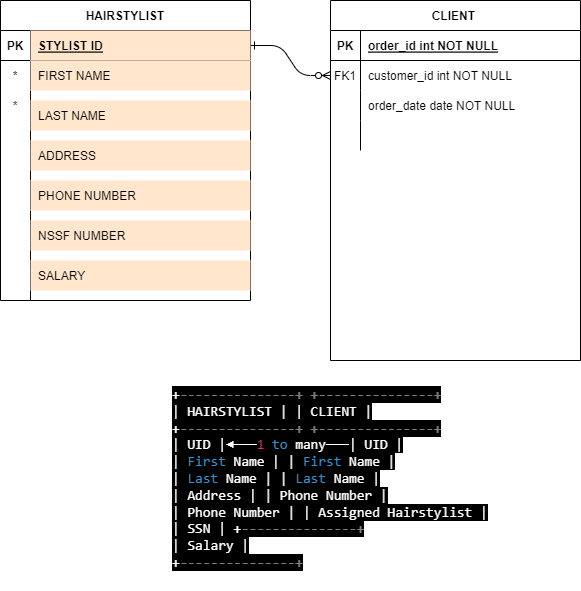
ianluds/database-class- keeps this draw.io diagram as quize one.drawio.png. Above is the earlier version. Source tidied: cells renumbered, new cells last; positions are measured from the earlier drawing's top-left corner, leaving out a move shared by most shapes.
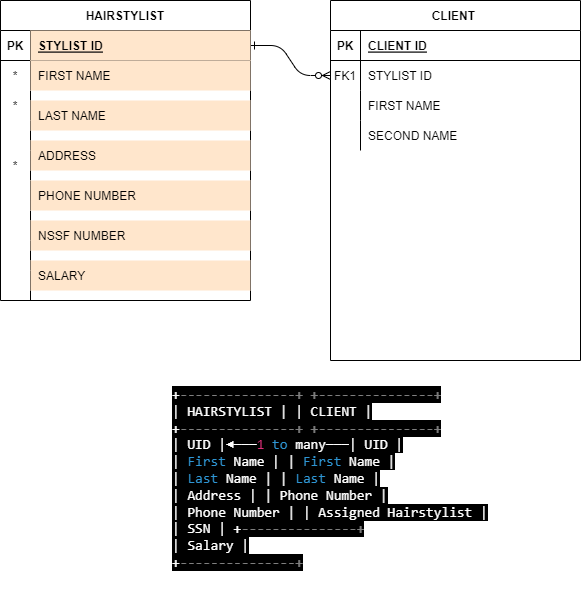
Above is the later version.

Change to the diagram source:
```diff
@@ -14,7 +14,7 @@
     <mxCell id="5" value="PK" style="shape=partialRectangle;overflow=hidden;fillColor=none;top=0;left=0;bottom=0;right=0;fontStyle=1;" parent="4" vertex="1">
       <mxGeometry width="30" height="30" as="geometry" />
     </mxCell>
-    <mxCell id="6" value="order_id int NOT NULL " style="shape=partialRectangle;overflow=hidden;fillColor=none;top=0;left=0;bottom=0;right=0;align=left;spacingLeft=6;fontStyle=5;" parent="4" vertex="1">
+    <mxCell id="6" value="CLIENT ID" style="shape=partialRectangle;overflow=hidden;fillColor=none;top=0;left=0;bottom=0;right=0;align=left;spacingLeft=6;fontStyle=5;" parent="4" vertex="1">
       <mxGeometry x="30" width="220" height="30" as="geometry" />
     </mxCell>
     <mxCell id="7" style="shape=partialRectangle;fillColor=none;points=[[0,0.5],[1,0.5]];portConstraint=eastwest;top=0;left=0;right=0;bottom=0;" parent="3" vertex="1">
@@ -23,7 +23,7 @@
     <mxCell id="8" value="FK1" style="shape=partialRectangle;overflow=hidden;fillColor=none;top=0;left=0;bottom=0;right=0;" parent="7" vertex="1">
       <mxGeometry width="30" height="30" as="geometry" />
     </mxCell>
-    <mxCell id="9" value="customer_id int NOT NULL" style="shape=partialRectangle;overflow=hidden;fillColor=none;top=0;left=0;bottom=0;right=0;align=left;spacingLeft=6;" parent="7" vertex="1">
+    <mxCell id="9" value="STYLIST ID" style="shape=partialRectangle;overflow=hidden;fillColor=none;top=0;left=0;bottom=0;right=0;align=left;spacingLeft=6;" parent="7" vertex="1">
       <mxGeometry x="30" width="220" height="30" as="geometry" />
     </mxCell>
     <mxCell id="10" style="shape=partialRectangle;fillColor=none;top=0;left=0;right=0;bottom=0;" parent="3" vertex="1">
@@ -32,7 +32,7 @@
     <mxCell id="11" style="shape=partialRectangle;overflow=hidden;fillColor=none;top=0;left=0;bottom=0;right=0;" parent="10" vertex="1">
       <mxGeometry width="30" height="30" as="geometry" />
     </mxCell>
-    <mxCell id="12" value="order_date date NOT NULL" style="shape=partialRectangle;overflow=hidden;fillColor=none;top=0;left=0;bottom=0;right=0;align=left;spacingLeft=6;" parent="10" vertex="1">
+    <mxCell id="12" value="FIRST NAME" style="shape=partialRectangle;overflow=hidden;fillColor=none;top=0;left=0;bottom=0;right=0;align=left;spacingLeft=6;" parent="10" vertex="1">
       <mxGeometry x="30" width="220" height="30" as="geometry" />
     </mxCell>
     <mxCell id="13" style="shape=partialRectangle;fillColor=none;top=0;left=0;right=0;bottom=0;" parent="3" vertex="1">
@@ -41,7 +41,7 @@
     <mxCell id="14" style="shape=partialRectangle;overflow=hidden;fillColor=none;top=0;left=0;bottom=0;right=0;" parent="13" vertex="1">
       <mxGeometry width="30" height="30" as="geometry" />
     </mxCell>
-    <mxCell id="15" style="shape=partialRectangle;overflow=hidden;fillColor=none;top=0;left=0;bottom=0;right=0;align=left;spacingLeft=6;" parent="13" vertex="1">
+    <mxCell id="15" value="SECOND NAME" style="shape=partialRectangle;overflow=hidden;fillColor=none;top=0;left=0;bottom=0;right=0;align=left;spacingLeft=6;" parent="13" vertex="1">
       <mxGeometry x="30" width="220" height="30" as="geometry" />
     </mxCell>
     <mxCell id="16" value="HAIRSTYLIST" style="shape=table;startSize=30;rowLines=0;fontStyle=1;align=center;" parent="1" vertex="1">
@@ -86,7 +86,7 @@
     <mxCell id="29" style="shape=partialRectangle;fillColor=none;top=0;left=0;right=0;bottom=0;strokeColor=#191919;" parent="16" vertex="1">
       <mxGeometry y="150" width="250" height="30" as="geometry" />
     </mxCell>
-    <mxCell id="30" style="shape=partialRectangle;overflow=hidden;fillColor=none;top=0;left=0;bottom=0;right=0;" parent="29" vertex="1">
+    <mxCell id="30" value="*" style="shape=partialRectangle;overflow=hidden;fillColor=none;top=0;left=0;bottom=0;right=0;" parent="29" vertex="1">
       <mxGeometry width="30" height="30" as="geometry" />
     </mxCell>
     <mxCell id="31" style="shape=partialRectangle;overflow=hidden;fillColor=none;top=0;left=0;bottom=0;right=0;align=left;spacingLeft=6;" parent="29" vertex="1">
```
